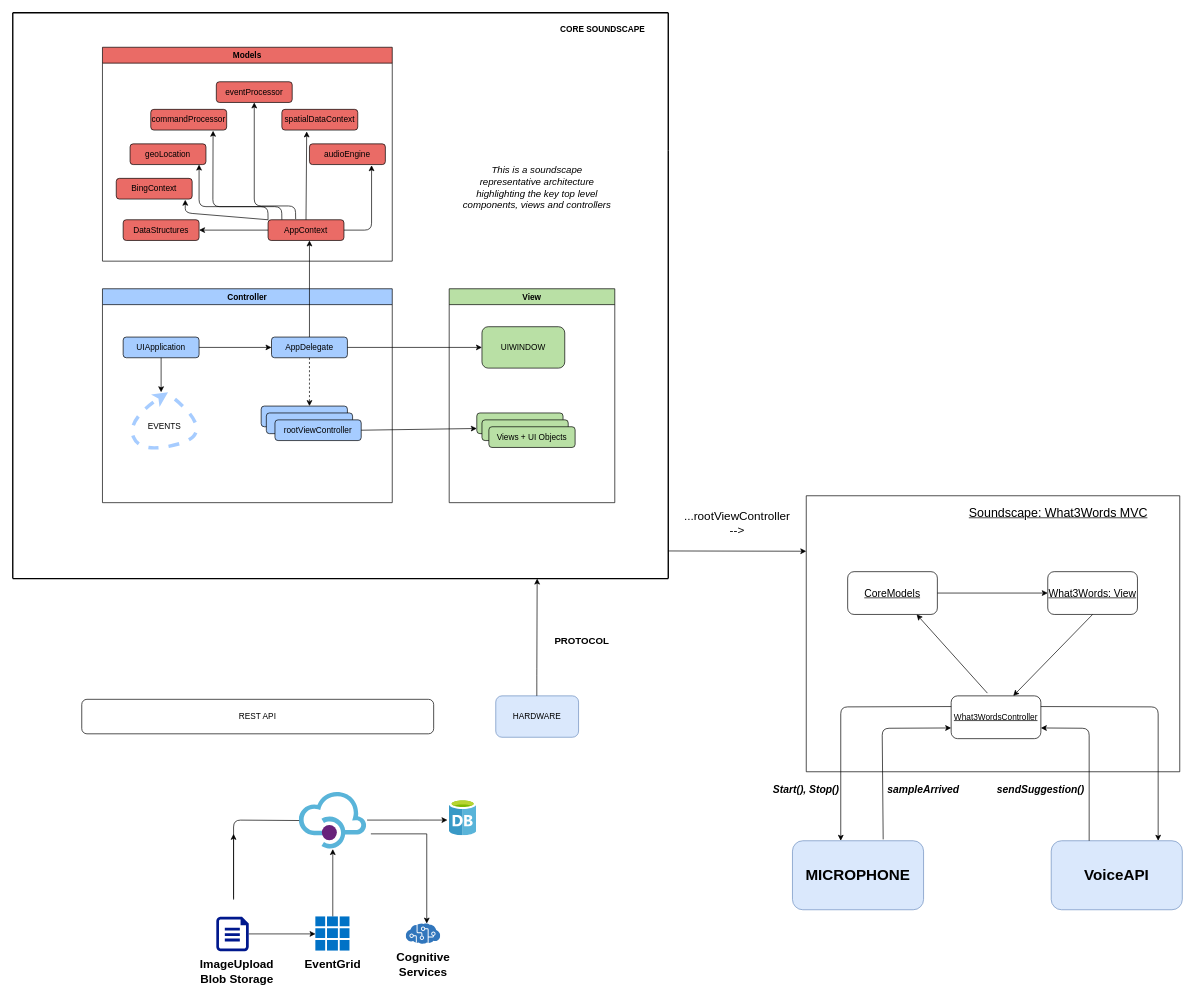
The draw.io diagram InsideLook.drawio in willdonlan8/test, before the edit. Source tidied: cells renumbered, new cells numbered last; positions are measured from the earlier drawing's top-left corner, leaving out a move shared by most shapes. Both pictures are drawn from the tidied source at 69%, with x=0, y=0 at pixel (12, 12).
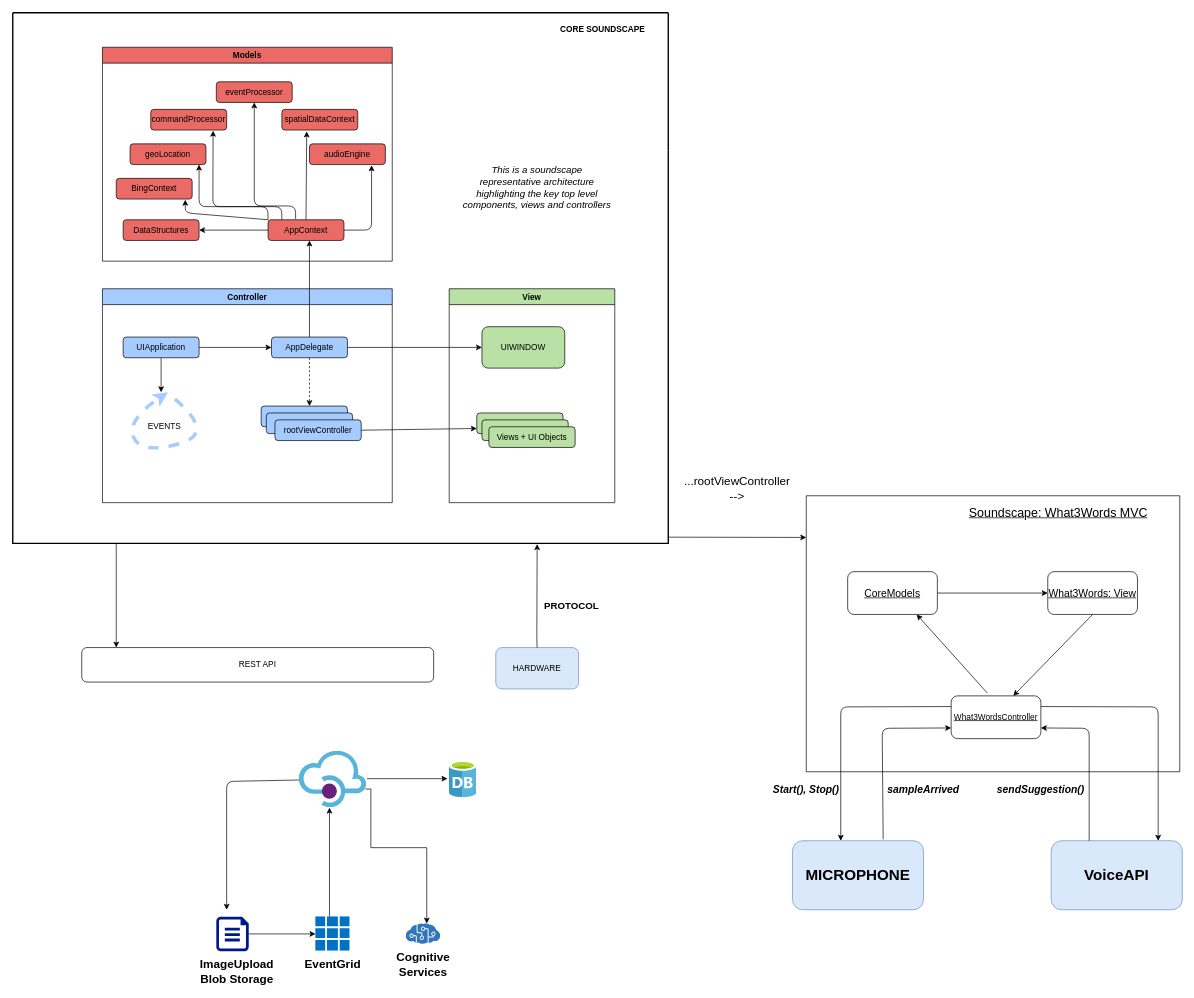
The same diagram, later.

The change refers to these unchanged cells:
```xml
<mxCell id="44" style="html=1;points=[];align=center;image;fontSize=12;image=img/lib/mscae/Cognitive_Services.svg;dashed=1;strokeColor=#000000;strokeWidth=1;" parent="1" vertex="1">
  <mxGeometry x="570" y="1320" width="50" height="30" as="geometry" />
</mxCell>
```

The edit, as a diff of the source:
```diff
@@
     <mxCell id="36" style="endArrow=none;html=1;strokeWidth=2;fillColor=#000000;" parent="1" edge="1">
       <mxGeometry relative="1" as="geometry">
-        <mxPoint y="820" as="sourcePoint" />
+        <mxPoint y="770" as="sourcePoint" />
         <mxPoint as="targetPoint" />
         <Array as="points">
           <mxPoint y="380" />
         </Array>
       </mxGeometry>
     </mxCell>
     <mxCell id="37" style="endArrow=none;html=1;strokeWidth=2;fillColor=#000000;" parent="1" edge="1">
       <mxGeometry relative="1" as="geometry">
-        <mxPoint x="950" y="820" as="sourcePoint" />
-        <mxPoint y="820" as="targetPoint" />
+        <mxPoint x="950" y="769" as="sourcePoint" />
+        <mxPoint y="769" as="targetPoint" />
         <Array as="points">
-          <mxPoint x="460" y="820" />
+          <mxPoint x="460" y="769" />
         </Array>
       </mxGeometry>
     </mxCell>
@@
     <mxCell id="40" style="endArrow=none;html=1;strokeWidth=2;fillColor=#000000;" parent="1" edge="1">
       <mxGeometry relative="1" as="geometry">
-        <mxPoint x="950" y="820" as="sourcePoint" />
+        <mxPoint x="950" y="770" as="sourcePoint" />
         <mxPoint x="950" y="200" as="targetPoint" />
       </mxGeometry>
     </mxCell>
@@
     <mxCell id="43" style="html=1;points=[];align=center;image;fontSize=12;image=img/lib/mscae/API_Management.svg;" parent="1" vertex="1">
-      <mxGeometry x="415" y="1130" width="97.6" height="82" as="geometry" />
+      <mxGeometry x="415" y="1070" width="97.6" height="82" as="geometry" />
     </mxCell>
@@
     <mxCell id="45" style="html=1;align=center;image;fontSize=12;image=img/lib/mscae/Database_General.svg;dashed=1;strokeColor=#000000;strokeWidth=1;" parent="1" vertex="1">
-      <mxGeometry x="632.5" y="1140" width="40" height="52.6" as="geometry" />
+      <mxGeometry x="632.5" y="1084.7" width="40" height="52.6" as="geometry" />
     </mxCell>
@@
     <mxCell id="53" style="endArrow=classic;html=1;strokeColor=#000000;strokeWidth=1;fillColor=#000000;" parent="1" edge="1" source="43">
       <mxGeometry relative="1" as="geometry">
-        <mxPoint x="320" y="1190" as="targetPoint" />
+        <mxPoint x="310" y="1300" as="targetPoint" />
         <Array as="points">
-          <mxPoint x="320" y="1170" />
-          <mxPoint x="320" y="1290" />
+          <mxPoint x="310" y="1114" />
         </Array>
       </mxGeometry>
     </mxCell>
     <mxCell id="54" style="edgeStyle=orthogonalEdgeStyle;rounded=0;jettySize=auto;html=1;exitX=1.009;exitY=0.488;exitDx=0;exitDy=0;exitPerimeter=0;" parent="1" edge="1" source="43">
       <mxGeometry relative="1" as="geometry">
-        <mxPoint x="630" y="1170" as="targetPoint" />
+        <mxPoint x="630" y="1110" as="targetPoint" />
         <Array as="points">
-          <mxPoint x="590" y="1170" />
+          <mxPoint x="630" y="1110" />
         </Array>
       </mxGeometry>
     </mxCell>
     <mxCell id="55" style="endArrow=classic;html=1;entryX=0;entryY=0.201;entryDx=0;entryDy=0;entryPerimeter=0;" parent="1" edge="1">
       <mxGeometry relative="1" as="geometry">
-        <mxPoint x="950" y="780" as="sourcePoint" />
-        <mxPoint x="1150" y="780.4" as="targetPoint" />
+        <mxPoint x="950" y="760" as="sourcePoint" />
+        <mxPoint x="1150" y="760.4" as="targetPoint" />
       </mxGeometry>
     </mxCell>
     <mxCell id="56" value="&lt;font style=&quot;font-size: 17px&quot;&gt;...rootViewController --&amp;gt;&lt;/font&gt;" style="text;html=1;strokeColor=none;fillColor=none;align=center;verticalAlign=middle;whiteSpace=wrap;rounded=0;" parent="1" vertex="1">
-      <mxGeometry x="990" y="710" width="120" height="60" as="geometry" />
+      <mxGeometry x="990" y="660" width="120" height="60" as="geometry" />
     </mxCell>
     <mxCell id="57" value="HARDWARE" style="rounded=1;whiteSpace=wrap;html=1;fillColor=#dae8fc;strokeColor=#6c8ebf;" parent="1" vertex="1">
-      <mxGeometry x="700" y="990" width="120" height="60" as="geometry" />
+      <mxGeometry x="700" y="920" width="120" height="60" as="geometry" />
     </mxCell>
-    <mxCell id="58" style="edgeStyle=orthogonalEdgeStyle;rounded=0;jettySize=auto;html=1;" parent="1" edge="1" target="44">
+    <mxCell id="58" style="edgeStyle=orthogonalEdgeStyle;rounded=0;jettySize=auto;html=1;exitX=0.983;exitY=0.671;exitDx=0;exitDy=0;exitPerimeter=0;" parent="1" edge="1" source="43" target="44">
       <mxGeometry relative="1" as="geometry">
-        <mxPoint x="519" y="1190" as="sourcePoint" />
         <Array as="points">
-          <mxPoint x="519" y="1190" />
-          <mxPoint x="600" y="1190" />
+          <mxPoint x="519" y="1125" />
+          <mxPoint x="519" y="1210" />
+          <mxPoint x="600" y="1210" />
         </Array>
       </mxGeometry>
     </mxCell>
     <mxCell id="59" style="endArrow=classic;html=1;" parent="1" edge="1">
       <mxGeometry relative="1" as="geometry">
-        <mxPoint x="759.5" y="990" as="sourcePoint" />
-        <mxPoint x="760" y="820" as="targetPoint" />
+        <mxPoint x="760" y="920" as="sourcePoint" />
+        <mxPoint x="760" y="770" as="targetPoint" />
         <Array as="points">
-          <mxPoint x="759.5" y="960" />
+          <mxPoint x="759.5" y="910" />
         </Array>
       </mxGeometry>
     </mxCell>
     <mxCell id="60" value="&lt;b&gt;&lt;font style=&quot;font-size: 14px&quot;&gt;PROTOCOL&lt;/font&gt;&lt;/b&gt;" style="text;html=1;strokeColor=none;fillColor=none;align=center;verticalAlign=middle;whiteSpace=wrap;rounded=0;" parent="1" vertex="1">
-      <mxGeometry x="805" y="900" width="40" height="20" as="geometry" />
+      <mxGeometry x="790" y="850" width="40" height="20" as="geometry" />
     </mxCell>
@@
     <mxCell id="79" value="REST API" style="rounded=1;whiteSpace=wrap;html=1;" parent="1" vertex="1">
-      <mxGeometry x="100" y="995" width="510" height="50" as="geometry" />
+      <mxGeometry x="100" y="920" width="510" height="50" as="geometry" />
     </mxCell>
+    <mxCell id="80" style="endArrow=classic;html=1;" parent="1" edge="1">
+      <mxGeometry relative="1" as="geometry">
+        <mxPoint x="150" y="770" as="sourcePoint" />
+        <mxPoint x="150" y="920" as="targetPoint" />
+      </mxGeometry>
+    </mxCell>
```
